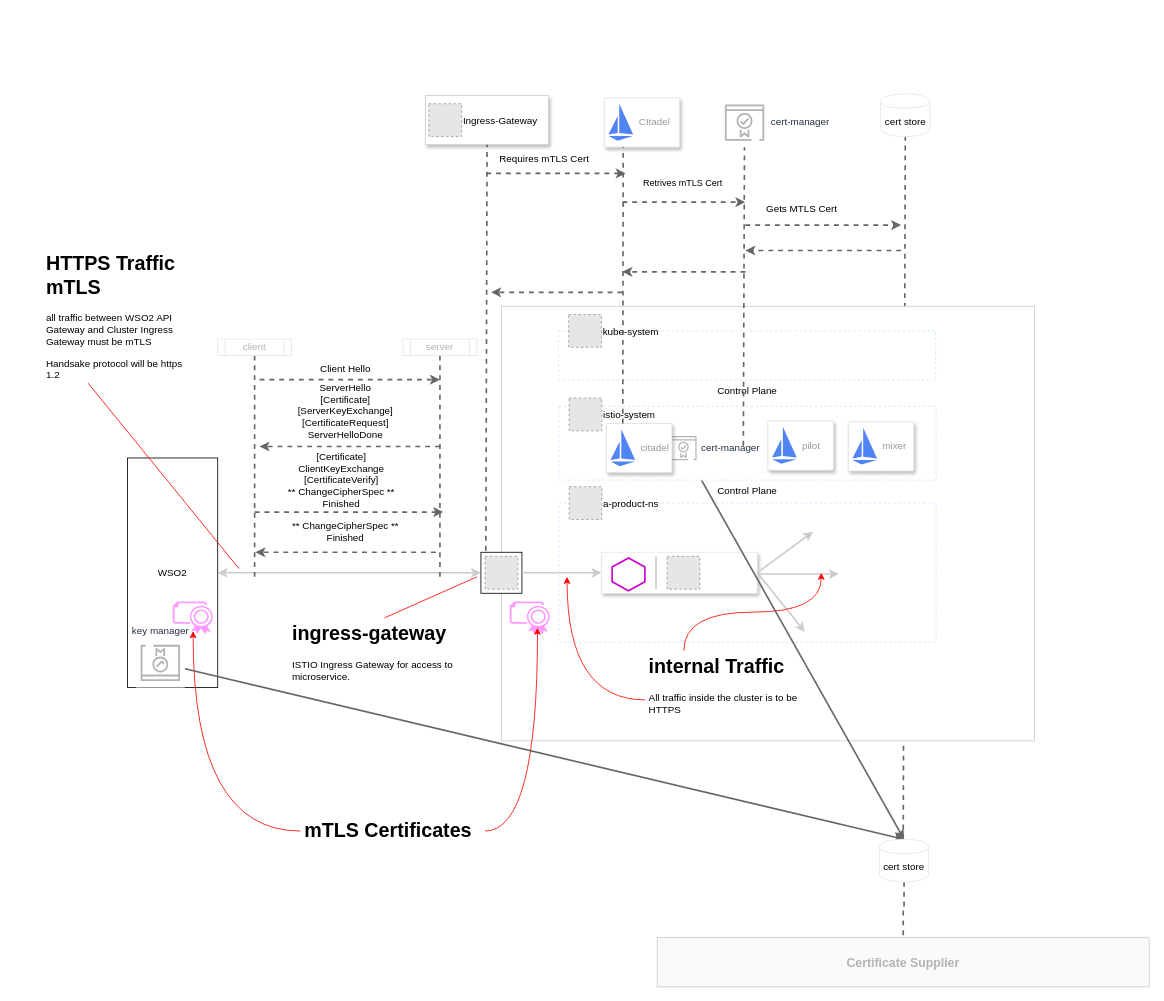
Before: mtls-gatewaytocluster.drawio in ourjamie/diagraming, a draw.io diagram. Source tidied: cells renumbered, new cells numbered last; positions are measured from the earlier drawing's top-left corner, leaving out a move shared by most shapes. Both pictures are drawn from the tidied source at 82%, with x=0, y=0 at pixel (42, 93). Pictures stored in the file or linked from it are replaced by grey dashed boxes.
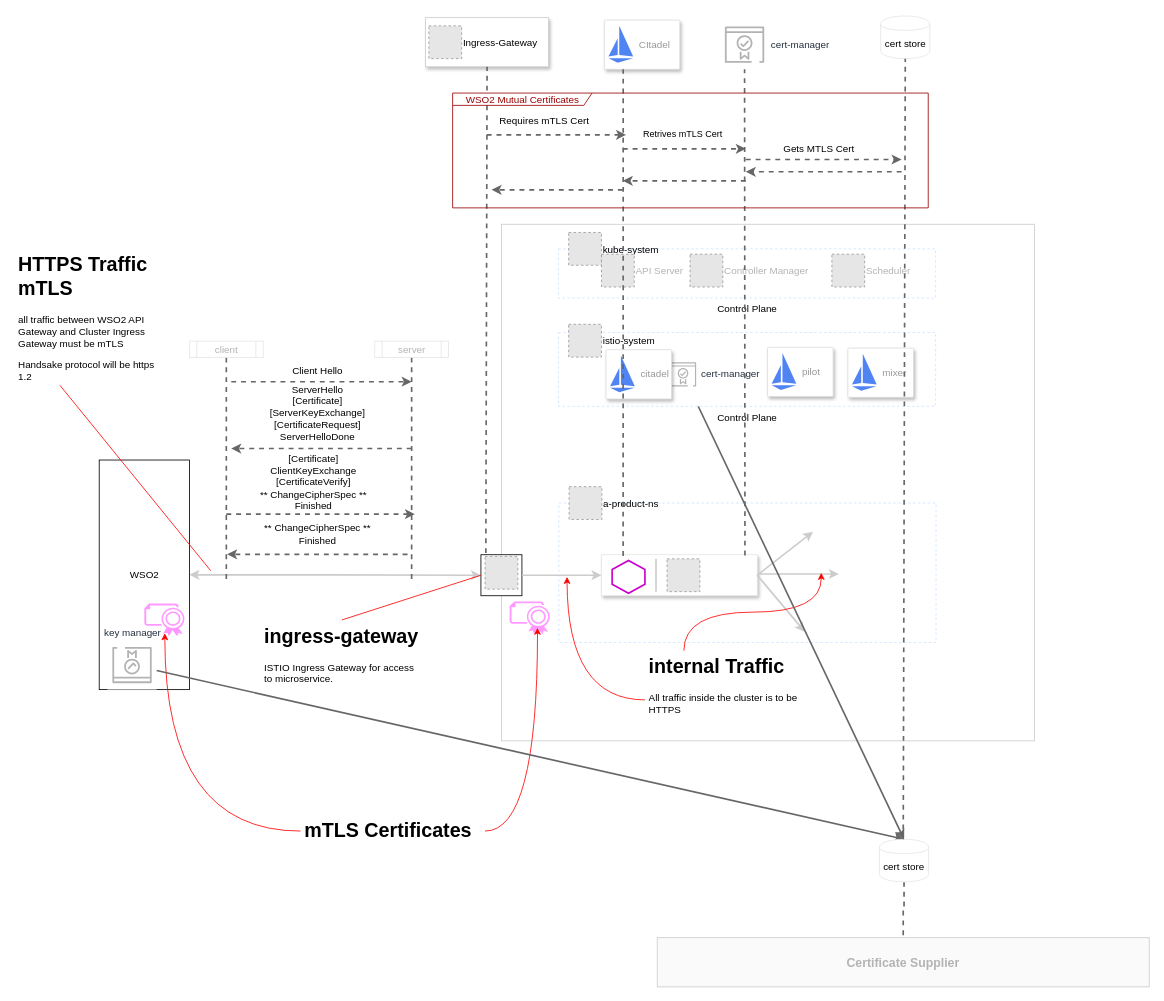
The same page after the edit.

Unchanged cells that the change refers to:
```xml
<mxCell id="13" style="rounded=0;whiteSpace=wrap;html=1;strokeColor=#E6E6E6;shadow=1;" parent="12" vertex="1">
  <mxGeometry width="190" height="50" as="geometry" />
</mxCell>
<mxCell id="31" value="&lt;h1&gt;mTLS Certificates&lt;/h1&gt;&lt;p&gt;&lt;br&gt;&lt;/p&gt;" style="text;html=1;strokeColor=none;fillColor=none;spacing=5;spacingTop=-20;whiteSpace=wrap;overflow=hidden;rounded=0;shadow=0;" parent="1" vertex="1">
  <mxGeometry x="315" y="879" width="225" height="40" as="geometry" />
</mxCell>
<mxCell id="58" value="cert-manager" style="outlineConnect=0;fontColor=#232F3E;gradientColor=none;strokeColor=#B3B3B3;fillColor=#ffffff;dashed=0;verticalLabelPosition=middle;verticalAlign=middle;align=left;html=1;fontSize=12;fontStyle=0;shape=mxgraph.aws4.resourceIcon;resIcon=mxgraph.aws4.certificate_manager_2;shadow=0;labelPosition=right;" parent="51" vertex="1">
  <mxGeometry x="132" y="21" width="40" height="40" as="geometry" />
</mxCell>
<mxCell id="59" style="strokeColor=#dddddd;fillColor=#ffffff;shadow=1;strokeWidth=1;rounded=1;absoluteArcSize=1;arcSize=2;" parent="51" vertex="1">
  <mxGeometry x="58" y="11" width="80" height="60" as="geometry" />
</mxCell>
```

The edit, as a diff of the source:
```diff
@@
-    <mxCell id="2" style="endArrow=none;dashed=1;html=1;strokeColor=#666666;strokeWidth=2;entryX=0.5;entryY=1;entryDx=0;entryDy=0;" parent="1" edge="1" target="69">
-      <mxGeometry relative="1" as="geometry">
-        <mxPoint x="1050" y="909" as="sourcePoint" />
-      </mxGeometry>
-    </mxCell>
@@
     <mxCell id="4" value="WSO2" style="rounded=0;whiteSpace=wrap;html=1;" parent="1" vertex="1">
-      <mxGeometry x="104" y="444" width="110" height="280" as="geometry" />
+      <mxGeometry x="69.5" y="446.5" width="110" height="280" as="geometry" />
     </mxCell>
     <mxCell id="5" style="rounded=0;whiteSpace=wrap;html=1;strokeColor=#CCCCCC;" parent="1" vertex="1">
-      <mxGeometry x="560" y="259" width="650" height="530" as="geometry" />
+      <mxGeometry x="560" y="159" width="650" height="630" as="geometry" />
     </mxCell>
@@
     <mxCell id="7" style="whiteSpace=wrap;html=1;" parent="1" vertex="1">
-      <mxGeometry x="535" y="559" width="50" height="50" as="geometry" />
+      <mxGeometry x="535" y="562" width="50" height="50" as="geometry" />
     </mxCell>
@@
     <mxCell id="9" value="&lt;h1&gt;ingress-gateway&lt;/h1&gt;&lt;p&gt;ISTIO Ingress Gateway for access to microservice.&lt;/p&gt;" style="text;html=1;strokeColor=none;fillColor=none;spacing=5;spacingTop=-20;whiteSpace=wrap;overflow=hidden;rounded=0;" parent="1" vertex="1">
-      <mxGeometry x="300" y="639" width="235" height="120" as="geometry" />
+      <mxGeometry x="265.5" y="641.5" width="200" height="120" as="geometry" />
     </mxCell>
@@
     <mxCell id="12" style="group;" parent="1" vertex="1">
-      <mxGeometry x="682" y="559" width="190" height="50" as="geometry" />
+      <mxGeometry x="682" y="562" width="190" height="50" as="geometry" />
     </mxCell>
@@
-    <mxCell id="18" style="endArrow=none;html=1;strokeColor=#FF0000;strokeWidth=1;exitX=0.5;exitY=0;exitDx=0;exitDy=0;" parent="1" edge="1" source="9">
-      <mxGeometry relative="1" as="geometry">
-        <mxPoint x="530" y="589" as="targetPoint" />
-      </mxGeometry>
+    <mxCell id="18" style="endArrow=none;html=1;strokeColor=#FF0000;strokeWidth=1;exitX=0.5;exitY=0;exitDx=0;exitDy=0;entryX=0;entryY=0.5;entryDx=0;entryDy=0;" parent="1" edge="1" source="9" target="7">
+      <mxGeometry relative="1" as="geometry" />
     </mxCell>
     <mxCell id="19" value="&lt;h1&gt;HTTPS Traffic mTLS&lt;/h1&gt;&lt;p&gt;all traffic between WSO2 API Gateway and Cluster Ingress Gateway must be mTLS&lt;/p&gt;&lt;p&gt;Handsake protocol will be https 1.2&lt;/p&gt;" style="text;html=1;strokeColor=none;fillColor=none;spacing=5;spacingTop=-20;whiteSpace=wrap;overflow=hidden;rounded=0;shadow=0;" parent="1" vertex="1">
-      <mxGeometry y="186.5" width="190" height="165" as="geometry" />
+      <mxGeometry x="-34.5" y="189" width="190" height="165" as="geometry" />
     </mxCell>
     <mxCell id="20" style="endArrow=none;html=1;strokeColor=#FF0000;strokeWidth=1;entryX=0.295;entryY=1.008;entryDx=0;entryDy=0;entryPerimeter=0;" parent="1" edge="1" target="19">
       <mxGeometry relative="1" as="geometry">
-        <mxPoint x="240" y="579" as="sourcePoint" />
+        <mxPoint x="205.5" y="581.5" as="sourcePoint" />
       </mxGeometry>
     </mxCell>
@@
     <mxCell id="22" style="shadow=0;dashed=0;html=1;strokeColor=none;labelPosition=center;verticalLabelPosition=bottom;verticalAlign=top;align=center;fillColor=#FF99FF;shape=mxgraph.azure.certificate;" parent="1" vertex="1">
-      <mxGeometry x="159" y="619" width="50" height="40" as="geometry" />
+      <mxGeometry x="124.5" y="621.5" width="50" height="40" as="geometry" />
     </mxCell>
@@
-    <mxCell id="29" style="edgeStyle=orthogonalEdgeStyle;curved=1;jettySize=auto;html=1;entryX=0.5;entryY=0.905;entryDx=0;entryDy=0;entryPerimeter=0;startArrow=none;startFill=0;strokeColor=#FF0000;strokeWidth=1;" parent="1" edge="1" source="31" target="22">
+    <mxCell id="29" style="edgeStyle=orthogonalEdgeStyle;curved=1;jettySize=auto;html=1;entryX=0.5;entryY=0.905;entryDx=0;entryDy=0;entryPerimeter=0;startArrow=none;startFill=0;strokeColor=#FF0000;strokeWidth=1;exitX=0;exitY=0.5;exitDx=0;exitDy=0;" parent="1" edge="1" source="31" target="22">
       <mxGeometry relative="1" as="geometry" />
     </mxCell>
@@
     <mxCell id="33" value="key manager" style="outlineConnect=0;fontColor=#232F3E;gradientColor=none;strokeColor=#B3B3B3;fillColor=#ffffff;dashed=0;verticalLabelPosition=top;verticalAlign=bottom;align=center;html=1;fontSize=12;fontStyle=0;shape=mxgraph.aws4.resourceIcon;resIcon=mxgraph.aws4.certificate_manager_2;shadow=0;labelPosition=center;direction=west;" parent="1" vertex="1">
-      <mxGeometry x="114" y="664" width="60" height="60" as="geometry" />
+      <mxGeometry x="79.5" y="666.5" width="60" height="60" as="geometry" />
     </mxCell>
@@
     <mxCell id="35" style="edgeStyle=orthogonalEdgeStyle;rounded=0;jettySize=auto;html=1;startArrow=none;startFill=0;strokeColor=#666666;strokeWidth=2;endArrow=none;endFill=0;dashed=1;" parent="1" edge="1" source="36">
       <mxGeometry relative="1" as="geometry">
-        <mxPoint x="259" y="589" as="targetPoint" />
+        <mxPoint x="224.5" y="591.5" as="targetPoint" />
       </mxGeometry>
     </mxCell>
     <mxCell id="36" value="client" style="shape=process;whiteSpace=wrap;html=1;backgroundOutline=1;shadow=0;strokeWidth=1;strokeColor=#E6E6E6;fontColor=#B3B3B3;" parent="1" vertex="1">
-      <mxGeometry x="214" y="299" width="90" height="20" as="geometry" />
+      <mxGeometry x="179.5" y="301.5" width="90" height="20" as="geometry" />
     </mxCell>
     <mxCell id="37" style="edgeStyle=orthogonalEdgeStyle;rounded=0;jettySize=auto;html=1;startArrow=none;startFill=0;strokeColor=#666666;strokeWidth=2;endArrow=none;endFill=0;dashed=1;" parent="1" edge="1" source="38">
       <mxGeometry relative="1" as="geometry">
-        <mxPoint x="485" y="589" as="targetPoint" />
+        <mxPoint x="450.5" y="591.5" as="targetPoint" />
       </mxGeometry>
     </mxCell>
     <mxCell id="38" value="server" style="shape=process;whiteSpace=wrap;html=1;backgroundOutline=1;shadow=0;strokeWidth=1;strokeColor=#E6E6E6;fontColor=#B3B3B3;" parent="1" vertex="1">
-      <mxGeometry x="440" y="299" width="90" height="20" as="geometry" />
+      <mxGeometry x="405.5" y="301.5" width="90" height="20" as="geometry" />
     </mxCell>
     <mxCell id="39" style="endArrow=classic;html=1;dashed=1;strokeColor=#666666;strokeWidth=2;" parent="1" edge="1">
       <mxGeometry relative="1" as="geometry">
-        <mxPoint x="265" y="348.5" as="sourcePoint" />
-        <mxPoint x="485" y="348.5" as="targetPoint" />
+        <mxPoint x="230.5" y="351" as="sourcePoint" />
+        <mxPoint x="450.5" y="351" as="targetPoint" />
       </mxGeometry>
     </mxCell>
     <mxCell id="40" style="endArrow=classic;html=1;dashed=1;strokeColor=#666666;strokeWidth=2;" parent="1" edge="1">
       <mxGeometry relative="1" as="geometry">
-        <mxPoint x="485" y="430" as="sourcePoint" />
-        <mxPoint x="265" y="430" as="targetPoint" />
+        <mxPoint x="450.5" y="432.5" as="sourcePoint" />
+        <mxPoint x="230.5" y="432.5" as="targetPoint" />
       </mxGeometry>
     </mxCell>
     <mxCell id="41" style="endArrow=classic;html=1;dashed=1;strokeColor=#666666;strokeWidth=2;" parent="1" edge="1">
       <mxGeometry relative="1" as="geometry">
-        <mxPoint x="259" y="510" as="sourcePoint" />
-        <mxPoint x="489" y="510" as="targetPoint" />
+        <mxPoint x="224.5" y="512.5" as="sourcePoint" />
+        <mxPoint x="454.5" y="512.5" as="targetPoint" />
       </mxGeometry>
     </mxCell>
     <mxCell id="42" style="endArrow=classic;html=1;dashed=1;strokeColor=#666666;strokeWidth=2;" parent="1" edge="1">
       <mxGeometry relative="1" as="geometry">
-        <mxPoint x="480" y="559" as="sourcePoint" />
-        <mxPoint x="260" y="559" as="targetPoint" />
+        <mxPoint x="445.5" y="561.5" as="sourcePoint" />
+        <mxPoint x="225.5" y="561.5" as="targetPoint" />
       </mxGeometry>
     </mxCell>
     <mxCell id="43" value="Client Hello" style="text;html=1;strokeColor=none;fillColor=none;align=center;verticalAlign=middle;whiteSpace=wrap;rounded=0;shadow=0;" parent="1" vertex="1">
-      <mxGeometry x="325" y="325.5" width="90" height="20" as="geometry" />
+      <mxGeometry x="290.5" y="328" width="90" height="20" as="geometry" />
     </mxCell>
     <mxCell id="44" value="&lt;div&gt;ServerHello&lt;/div&gt;&lt;div&gt;[Certificate]&lt;/div&gt;&lt;div&gt;[ServerKeyExchange]&lt;/div&gt;&lt;div&gt;[CertificateRequest]&lt;/div&gt;&lt;div&gt;ServerHelloDone&lt;/div&gt;" style="text;html=1;strokeColor=none;fillColor=none;align=center;verticalAlign=middle;whiteSpace=wrap;rounded=0;shadow=0;" parent="1" vertex="1">
-      <mxGeometry x="295" y="369" width="150" height="35" as="geometry" />
+      <mxGeometry x="260.5" y="371.5" width="150" height="35" as="geometry" />
     </mxCell>
@@
     <mxCell id="46" value="&lt;div&gt;[Certificate]&lt;/div&gt;&lt;div&gt;ClientKeyExchange&lt;/div&gt;&lt;div&gt;[CertificateVerify]&lt;/div&gt;&lt;div&gt;** ChangeCipherSpec **&lt;/div&gt;&lt;div&gt;Finished&lt;/div&gt;" style="text;html=1;strokeColor=none;fillColor=none;align=center;verticalAlign=middle;whiteSpace=wrap;rounded=0;shadow=0;" parent="1" vertex="1">
-      <mxGeometry x="290" y="461" width="150" height="20" as="geometry" />
+      <mxGeometry x="255.5" y="463.5" width="150" height="20" as="geometry" />
     </mxCell>
     <mxCell id="47" value="&lt;div&gt;** ChangeCipherSpec **&lt;/div&gt;&lt;div&gt;Finished&lt;/div&gt;" style="text;html=1;strokeColor=none;fillColor=none;align=center;verticalAlign=middle;whiteSpace=wrap;rounded=0;shadow=0;" parent="1" vertex="1">
-      <mxGeometry x="290" y="524" width="160" height="20" as="geometry" />
+      <mxGeometry x="255.5" y="526.5" width="160" height="20" as="geometry" />
     </mxCell>
     <mxCell id="48" style="group;" parent="1" vertex="1">
-      <mxGeometry x="629.5" y="269" width="460" height="80" as="geometry" />
+      <mxGeometry x="629.5" y="169" width="460" height="80" as="geometry" />
     </mxCell>
@@
+    <mxCell id="80" value="API Server" style="fillColor=#E6E6E6;strokeColor=#999999;dashed=1;verticalLabelPosition=middle;verticalAlign=middle;fontColor=#B3B3B3;labelPosition=right;align=left;" parent="48" vertex="1">
+      <mxGeometry x="52.5" y="26.5" width="40" height="40" as="geometry" />
+    </mxCell>
+    <mxCell id="81" value="Controller Manager" style="fillColor=#E6E6E6;strokeColor=#999999;dashed=1;verticalLabelPosition=middle;verticalAlign=middle;fontColor=#B3B3B3;labelPosition=right;align=left;" parent="48" vertex="1">
+      <mxGeometry x="160.5" y="26.5" width="40" height="40" as="geometry" />
+    </mxCell>
+    <mxCell id="82" value="Scheduler" style="fillColor=#E6E6E6;strokeColor=#999999;dashed=1;verticalLabelPosition=middle;verticalAlign=middle;fontColor=#B3B3B3;labelPosition=right;align=left;" parent="48" vertex="1">
+      <mxGeometry x="333.5" y="26.5" width="40" height="40" as="geometry" />
+    </mxCell>
     <mxCell id="51" style="group;" parent="1" vertex="1">
-      <mxGeometry x="630" y="391" width="460" height="80" as="geometry" />
+      <mxGeometry x="629.5" y="301" width="460" height="80" as="geometry" />
     </mxCell>
@@
     <mxCell id="61" style="strokeColor=#dddddd;fillColor=#ffffff;shadow=1;strokeWidth=1;rounded=1;absoluteArcSize=1;arcSize=2;" parent="1" vertex="1">
-      <mxGeometry x="685.5" y="5" width="92" height="60" as="geometry" />
+      <mxGeometry x="685.5" y="-90" width="92" height="60" as="geometry" />
     </mxCell>
@@
     <mxCell id="63" style="whiteSpace=wrap;html=1;shadow=1;strokeColor=#CCCCCC;" parent="1" vertex="1">
-      <mxGeometry x="467.5" y="2" width="150" height="60" as="geometry" />
+      <mxGeometry x="467.5" y="-93" width="150" height="60" as="geometry" />
     </mxCell>
     <mxCell id="64" value="Ingress-Gateway" style="fillColor=#E6E6E6;strokeColor=#999999;dashed=1;verticalLabelPosition=middle;verticalAlign=middle;labelPosition=right;align=left;" parent="1" vertex="1">
-      <mxGeometry x="471.5" y="12" width="40" height="40" as="geometry" />
+      <mxGeometry x="471.5" y="-83" width="40" height="40" as="geometry" />
     </mxCell>
     <mxCell id="65" value="cert-manager" style="outlineConnect=0;fontColor=#232F3E;gradientColor=none;strokeColor=#B3B3B3;fillColor=#ffffff;dashed=0;verticalLabelPosition=middle;verticalAlign=middle;align=left;html=1;fontSize=12;fontStyle=0;shape=mxgraph.aws4.resourceIcon;resIcon=mxgraph.aws4.certificate_manager_2;shadow=0;labelPosition=right;" parent="1" vertex="1">
-      <mxGeometry x="826.5" y="5" width="60" height="60" as="geometry" />
+      <mxGeometry x="826.5" y="-90" width="60" height="60" as="geometry" />
     </mxCell>
@@
-    <mxCell id="67" style="endArrow=none;dashed=1;html=1;strokeColor=#666666;strokeWidth=2;exitX=0.25;exitY=0;exitDx=0;exitDy=0;entryX=0.25;entryY=1;entryDx=0;entryDy=0;" parent="1" edge="1" source="59" target="61">
-      <mxGeometry relative="1" as="geometry" />
-    </mxCell>
-    <mxCell id="68" style="endArrow=none;dashed=1;html=1;strokeColor=#666666;strokeWidth=2;exitX=2.325;exitY=0.425;exitDx=0;exitDy=0;exitPerimeter=0;" parent="1" edge="1" source="58" target="65">
-      <mxGeometry relative="1" as="geometry" />
-    </mxCell>
     <mxCell id="69" value="cert store" style="shape=cylinder;whiteSpace=wrap;html=1;boundedLbl=1;backgroundOutline=1;shadow=0;strokeWidth=1;strokeColor=#E6E6E6;" parent="1" vertex="1">
-      <mxGeometry x="1022.5" width="60" height="52" as="geometry" />
+      <mxGeometry x="1022.5" y="-95" width="60" height="52" as="geometry" />
     </mxCell>
@@
+    <mxCell id="67" style="endArrow=none;dashed=1;html=1;strokeColor=#666666;strokeWidth=2;exitX=0.139;exitY=0.029;exitDx=0;exitDy=0;entryX=0.25;entryY=1;entryDx=0;entryDy=0;exitPerimeter=0;" parent="1" edge="1" source="13" target="61">
+      <mxGeometry relative="1" as="geometry" />
+    </mxCell>
+    <mxCell id="68" style="endArrow=none;dashed=1;html=1;strokeColor=#666666;strokeWidth=2;exitX=0.921;exitY=0.017;exitDx=0;exitDy=0;exitPerimeter=0;" parent="1" edge="1" source="13" target="65">
+      <mxGeometry relative="1" as="geometry" />
+    </mxCell>
+    <mxCell id="2" style="endArrow=none;dashed=1;html=1;strokeColor=#666666;strokeWidth=2;entryX=0.5;entryY=1;entryDx=0;entryDy=0;" parent="1" edge="1" target="69">
+      <mxGeometry relative="1" as="geometry">
+        <mxPoint x="1050" y="909" as="sourcePoint" />
+      </mxGeometry>
+    </mxCell>
+    <mxCell id="83" style="group;" parent="1" vertex="1">
+      <mxGeometry x="500.5" y="-1" width="580" height="140" as="geometry" />
+    </mxCell>
+    <mxCell id="84" value="&lt;font color=&quot;#990000&quot;&gt;WSO2 Mutual Certificates&lt;/font&gt;" style="shape=umlFrame;whiteSpace=wrap;html=1;shadow=0;strokeColor=#990000;strokeWidth=1;fillColor=#FFFFFF;fontColor=#B3B3B3;width=170;height=15;" parent="83" vertex="1">
+      <mxGeometry width="580" height="140" as="geometry" />
+    </mxCell>
-    <mxCell id="72" style="endArrow=classic;html=1;dashed=1;strokeColor=#666666;strokeWidth=2;" parent="1" edge="1">
+    <mxCell id="72" style="endArrow=classic;html=1;dashed=1;strokeColor=#666666;strokeWidth=2;" parent="83" edge="1">
       <mxGeometry relative="1" as="geometry">
-        <mxPoint x="541.5" y="97" as="sourcePoint" />
-        <mxPoint x="711.5" y="97" as="targetPoint" />
+        <mxPoint x="41.5" y="51" as="sourcePoint" />
+        <mxPoint x="211.5" y="51" as="targetPoint" />
       </mxGeometry>
     </mxCell>
@@
-    <mxCell id="74" value="Retrives mTLS Cert" style="endArrow=classic;html=1;dashed=1;strokeColor=#666666;strokeWidth=2;" parent="1" edge="1">
-      <mxGeometry x="-0.03" y="23" relative="1" as="geometry">
-        <mxPoint x="707.5" y="132" as="sourcePoint" />
-        <mxPoint x="857.5" y="132" as="targetPoint" />
+    <mxCell id="74" value="Retrives mTLS Cert" style="endArrow=classic;html=1;dashed=1;strokeColor=#666666;strokeWidth=2;" parent="83" edge="1">
+      <mxGeometry x="-0.03" y="18" relative="1" as="geometry">
+        <mxPoint x="207.5" y="68" as="sourcePoint" />
+        <mxPoint x="357.5" y="68" as="targetPoint" />
       </mxGeometry>
     </mxCell>
-    <mxCell id="75" style="endArrow=classic;html=1;dashed=1;strokeColor=#666666;strokeWidth=2;" parent="1" edge="1">
+    <mxCell id="75" style="endArrow=classic;html=1;dashed=1;strokeColor=#666666;strokeWidth=2;" parent="83" edge="1">
       <mxGeometry relative="1" as="geometry">
-        <mxPoint x="857.5" y="160" as="sourcePoint" />
-        <mxPoint x="1047.5" y="160" as="targetPoint" />
+        <mxPoint x="357.5" y="81" as="sourcePoint" />
+        <mxPoint x="547.5" y="81" as="targetPoint" />
       </mxGeometry>
     </mxCell>
     <mxCell id="76" value="Gets MTLS Cert" style="text;html=1;align=center;verticalAlign=middle;labelBackgroundColor=#ffffff;" parent="75" vertex="1">
       <mxGeometry x="-0.2" y="3" relative="1" as="geometry">
-        <mxPoint x="-8" y="-18" as="offset" />
+        <mxPoint x="12" y="-11" as="offset" />
       </mxGeometry>
     </mxCell>
-    <mxCell id="77" style="endArrow=classic;html=1;dashed=1;strokeColor=#666666;strokeWidth=2;" parent="1" edge="1">
+    <mxCell id="77" style="endArrow=classic;html=1;dashed=1;strokeColor=#666666;strokeWidth=2;" parent="83" edge="1">
       <mxGeometry relative="1" as="geometry">
-        <mxPoint x="1047.5" y="191" as="sourcePoint" />
-        <mxPoint x="857.5" y="191" as="targetPoint" />
+        <mxPoint x="547.5" y="96" as="sourcePoint" />
+        <mxPoint x="357.5" y="96" as="targetPoint" />
       </mxGeometry>
     </mxCell>
-    <mxCell id="78" style="endArrow=classic;html=1;dashed=1;strokeColor=#666666;strokeWidth=2;" parent="1" edge="1">
+    <mxCell id="78" style="endArrow=classic;html=1;dashed=1;strokeColor=#666666;strokeWidth=2;" parent="83" edge="1">
       <mxGeometry relative="1" as="geometry">
-        <mxPoint x="857.5" y="217" as="sourcePoint" />
-        <mxPoint x="707.5" y="217" as="targetPoint" />
+        <mxPoint x="357.5" y="107" as="sourcePoint" />
+        <mxPoint x="207.5" y="107" as="targetPoint" />
       </mxGeometry>
     </mxCell>
-    <mxCell id="79" style="endArrow=classic;html=1;dashed=1;strokeColor=#666666;strokeWidth=2;" parent="1" edge="1">
+    <mxCell id="79" style="endArrow=classic;html=1;dashed=1;strokeColor=#666666;strokeWidth=2;" parent="83" edge="1">
       <mxGeometry relative="1" as="geometry">
-        <mxPoint x="707.5" y="242" as="sourcePoint" />
-        <mxPoint x="547.5" y="242" as="targetPoint" />
+        <mxPoint x="207.5" y="118" as="sourcePoint" />
+        <mxPoint x="47.5" y="118" as="targetPoint" />
       </mxGeometry>
     </mxCell>
```
